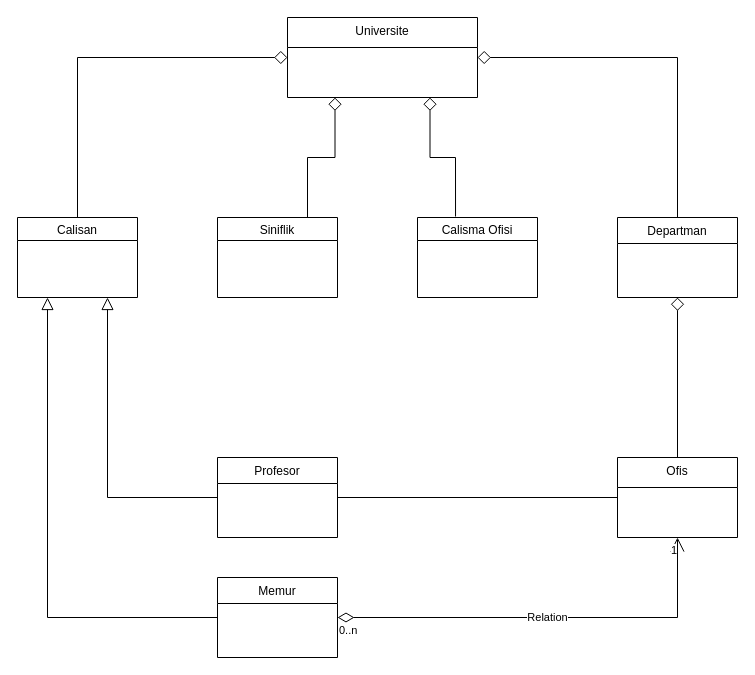
This is Untitled Diagram.drawio from scelikcapa/kodluyoruzilkrepo, a draw.io file, before an edit. Source tidied: cells renumbered, new cells numbered last; positions are measured from the earlier drawing's top-left corner, leaving out a move shared by most shapes. Both pictures are drawn from the tidied source at 100%, with x=0, y=0 at pixel (17, 17).
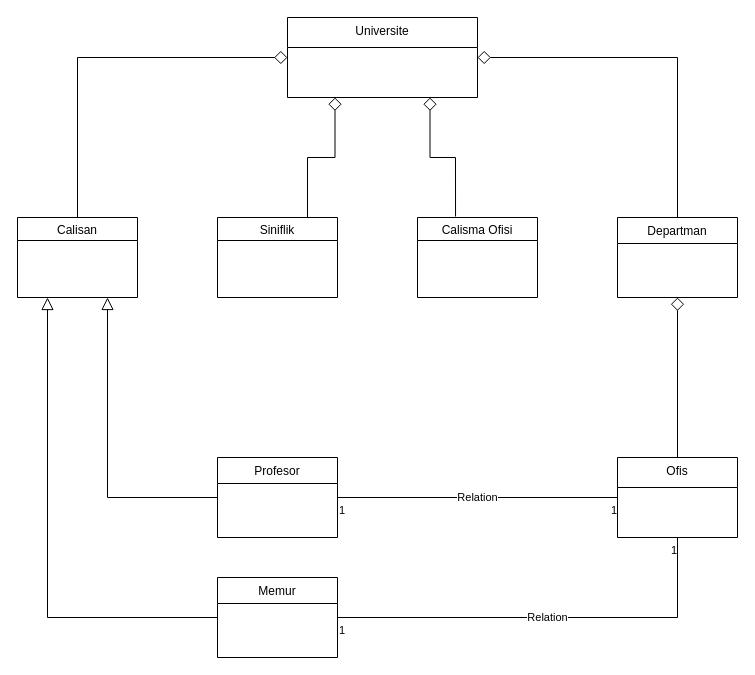
After the change.

The change refers to these unchanged cells:
```xml
<mxCell id="3" value="Memur" style="swimlane;fontStyle=0;align=center;verticalAlign=top;horizontal=1;startSize=26;rounded=0;shadow=0;strokeWidth=1;" parent="1" vertex="1">
  <mxGeometry x="200" y="560" width="120" height="80" as="geometry" />
</mxCell>
<mxCell id="5" value="Profesor" style="swimlane;fontStyle=0;align=center;verticalAlign=top;horizontal=1;startSize=26;rounded=0;shadow=0;strokeWidth=1;" parent="1" vertex="1">
  <mxGeometry x="200" y="440" width="120" height="80" as="geometry" />
</mxCell>
<mxCell id="11" value="Ofis" style="swimlane;fontStyle=0;align=center;verticalAlign=top;horizontal=1;startSize=30;rounded=0;shadow=0;strokeWidth=1;" parent="1" vertex="1">
  <mxGeometry x="600" y="440" width="120" height="80" as="geometry" />
</mxCell>
```

Change to the diagram source:
```diff
@@
-    <mxCell id="18" style="endArrow=none;html=1;rounded=0;startSize=21;endSize=11;strokeColor=default;elbow=vertical;entryX=0;entryY=0.5;entryDx=0;entryDy=0;exitX=1;exitY=0.5;exitDx=0;exitDy=0;" parent="1" edge="1" source="5" target="11">
-      <mxGeometry relative="1" as="geometry" />
-    </mxCell>
-    <mxCell id="19" value="Relation" style="endArrow=open;html=1;endSize=12;startArrow=diamondThin;startSize=14;startFill=0;edgeStyle=orthogonalEdgeStyle;rounded=0;strokeColor=default;elbow=vertical;entryX=0.5;entryY=1;entryDx=0;entryDy=0;exitX=1;exitY=0.5;exitDx=0;exitDy=0;" parent="1" edge="1" source="3" target="11">
+    <mxCell id="19" value="Relation" style="endArrow=none;html=1;endSize=12;startArrow=none;startSize=14;startFill=0;edgeStyle=orthogonalEdgeStyle;rounded=0;strokeColor=default;elbow=vertical;entryX=0.5;entryY=1;entryDx=0;entryDy=0;exitX=1;exitY=0.5;exitDx=0;exitDy=0;endFill=0;strokeWidth=1;jumpSize=6;" parent="1" edge="1" source="3" target="11">
       <mxGeometry relative="1" as="geometry">
         <Array as="points">
           <mxPoint x="660" y="600" />
         </Array>
       </mxGeometry>
     </mxCell>
-    <mxCell id="20" value="0..n" style="edgeLabel;html=1;align=left;verticalAlign=top;" parent="19" vertex="1">
+    <mxCell id="20" value="1" style="edgeLabel;html=1;align=left;verticalAlign=top;" parent="19" vertex="1">
       <mxGeometry x="-1" relative="1" as="geometry" />
     </mxCell>
@@
+    <mxCell id="18" value="Relation" style="endArrow=none;html=1;endSize=12;startArrow=none;startSize=14;startFill=0;edgeStyle=orthogonalEdgeStyle;rounded=0;strokeColor=default;elbow=vertical;entryX=0;entryY=0.5;entryDx=0;entryDy=0;exitX=1;exitY=0.5;exitDx=0;exitDy=0;endFill=0;strokeWidth=1;jumpSize=6;fontSize=11;" parent="1" edge="1" source="5" target="11">
+      <mxGeometry relative="1" as="geometry" />
+    </mxCell>
+    <mxCell id="22" value="1" style="edgeLabel;html=1;align=left;verticalAlign=top;" parent="18" vertex="1">
+      <mxGeometry x="-1" relative="1" as="geometry" />
+    </mxCell>
+    <mxCell id="23" value="1" style="edgeLabel;html=1;align=right;verticalAlign=top;" parent="18" vertex="1">
+      <mxGeometry x="1" relative="1" as="geometry" />
+    </mxCell>
```
